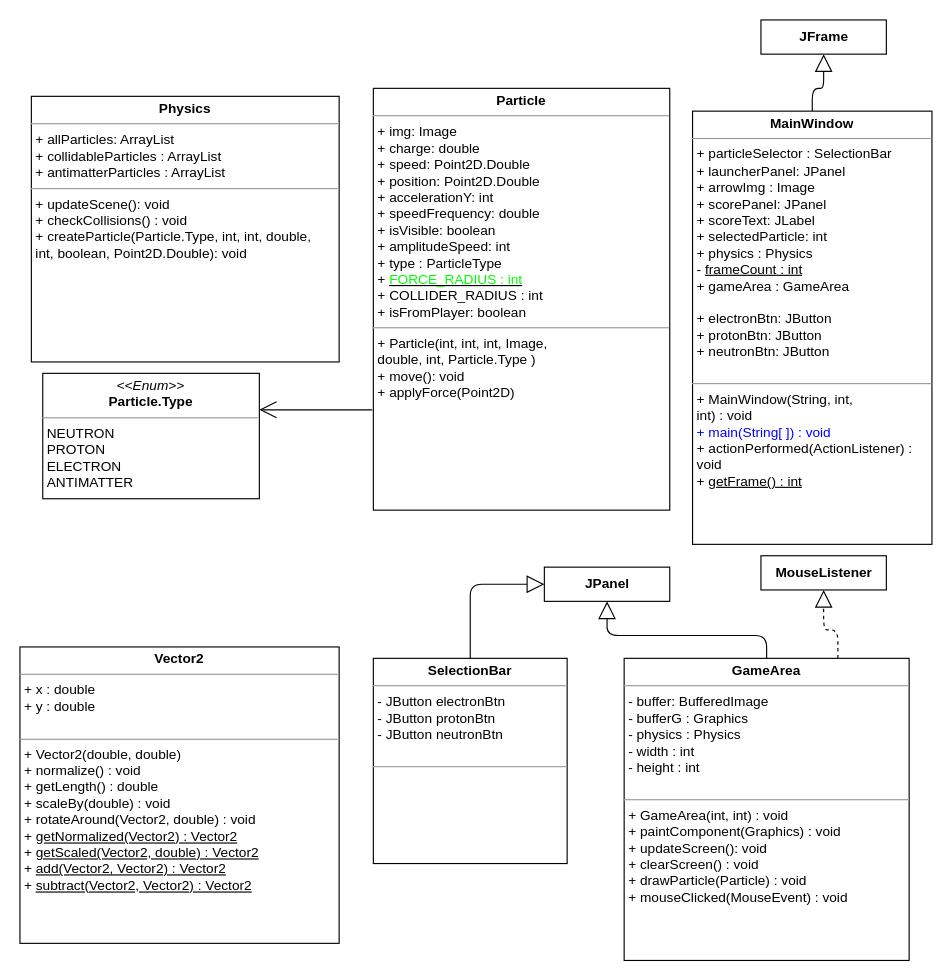
The draw.io diagram DiagrammeUML.drawio in Iman974/Algo_Proj2A, before the edit. Source tidied: cells renumbered, new cells numbered last; positions are measured from the earlier drawing's top-left corner, leaving out a move shared by most shapes. Both pictures are drawn from the tidied source at 114%, with x=0, y=0 at pixel (19, 19).
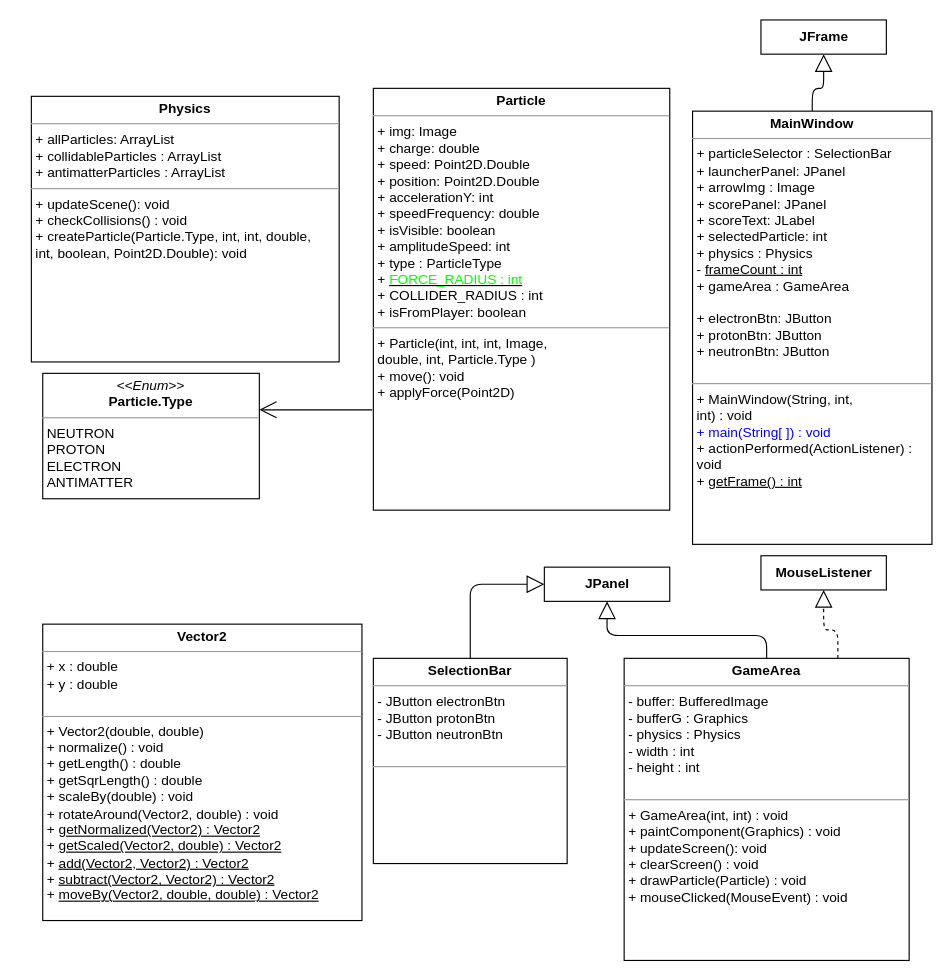
After the change.

Commit message:
UML : new Vector2D functions

Change to the diagram source:
```diff
@@
 <mxGraphModel>
   <root>
     <mxCell id="0" />
     <mxCell id="1" parent="0" />
     <mxCell id="2" value="&lt;p style=&quot;margin: 0px ; margin-top: 4px ; text-align: center&quot;&gt;&lt;b&gt;Physics&lt;/b&gt;&lt;/p&gt;&lt;hr size=&quot;1&quot;&gt;&lt;p style=&quot;margin: 0px ; margin-left: 4px&quot;&gt;+ allParticles: ArrayList&lt;br&gt;&lt;/p&gt;&lt;p style=&quot;margin: 0px ; margin-left: 4px&quot;&gt;+ collidableParticles : ArrayList&lt;/p&gt;&lt;p style=&quot;margin: 0px ; margin-left: 4px&quot;&gt;+ antimatterParticles : ArrayList&lt;/p&gt;&lt;hr size=&quot;1&quot;&gt;&lt;p style=&quot;margin: 0px ; margin-left: 4px&quot;&gt;+ updateScene(): void&lt;br&gt;+ checkCollisions() : void&lt;/p&gt;&lt;p style=&quot;margin: 0px ; margin-left: 4px&quot;&gt;&lt;span&gt;+ createParticle(Particle.Type, int, int, double,&lt;/span&gt;&lt;/p&gt;&lt;p style=&quot;margin: 0px ; margin-left: 4px&quot;&gt;&lt;span&gt;int, boolean, Point2D.Double): void&lt;/span&gt;&lt;/p&gt;" style="verticalAlign=top;align=left;overflow=fill;fontSize=12;fontFamily=Helvetica;html=1;rounded=0;shadow=0;comic=0;labelBackgroundColor=none;strokeWidth=1;" parent="1" vertex="1">
       <mxGeometry x="10" y="67" width="270" height="233" as="geometry" />
     </mxCell>
     <mxCell id="3" value="&lt;p style=&quot;margin: 4px 0px 0px ; text-align: center ; line-height: 1.2&quot;&gt;&lt;b style=&quot;line-height: 1.2&quot;&gt;Particle&lt;/b&gt;&lt;/p&gt;&lt;hr size=&quot;1&quot;&gt;&lt;p style=&quot;margin: 0px ; margin-left: 4px&quot;&gt;+ img: Image&lt;br&gt;&lt;/p&gt;&lt;p style=&quot;margin: 0px ; margin-left: 4px&quot;&gt;+ charge: double&lt;/p&gt;&lt;p style=&quot;margin: 0px ; margin-left: 4px&quot;&gt;+ speed: Point2D.Double&lt;/p&gt;&lt;p style=&quot;margin: 0px ; margin-left: 4px&quot;&gt;+ position: Point2D.Double&lt;/p&gt;&lt;p style=&quot;margin: 0px ; margin-left: 4px&quot;&gt;+ accelerationY: int&lt;/p&gt;&lt;p style=&quot;margin: 0px ; margin-left: 4px&quot;&gt;+ speedFrequency: double&lt;/p&gt;&lt;p style=&quot;margin: 0px ; margin-left: 4px&quot;&gt;+ isVisible: boolean&lt;/p&gt;&lt;p style=&quot;margin: 0px ; margin-left: 4px&quot;&gt;+ amplitudeSpeed: int&lt;/p&gt;&lt;p style=&quot;margin: 0px ; margin-left: 4px&quot;&gt;+ type : ParticleType&lt;/p&gt;&lt;p style=&quot;margin: 0px ; margin-left: 4px&quot;&gt;+ &lt;u&gt;&lt;font color=&quot;#00ff00&quot;&gt;FORCE_RADIUS : int&lt;/font&gt;&lt;/u&gt;&lt;/p&gt;&lt;p style=&quot;margin: 0px ; margin-left: 4px&quot;&gt;+ COLLIDER_RADIUS : int&lt;/p&gt;&lt;p style=&quot;margin: 0px ; margin-left: 4px&quot;&gt;+ isFromPlayer: boolean&lt;/p&gt;&lt;hr size=&quot;1&quot;&gt;&lt;p style=&quot;margin: 0px ; margin-left: 4px&quot;&gt;+ Particle(int, int, int, Image,&lt;/p&gt;&lt;p style=&quot;margin: 0px ; margin-left: 4px&quot;&gt;&lt;span&gt;double, int, Particle.Type )&lt;/span&gt;&lt;/p&gt;&lt;p style=&quot;margin: 0px ; margin-left: 4px&quot;&gt;+ move(): void&lt;/p&gt;&lt;p style=&quot;margin: 0px ; margin-left: 4px&quot;&gt;+ applyForce(Point2D)&lt;/p&gt;" style="verticalAlign=top;align=left;overflow=fill;fontSize=12;fontFamily=Helvetica;html=1;rounded=0;shadow=0;comic=0;labelBackgroundColor=none;strokeWidth=1;" parent="1" vertex="1">
       <mxGeometry x="310" y="60" width="260" height="370" as="geometry" />
     </mxCell>
     <mxCell id="4" style="edgeStyle=orthogonalEdgeStyle;rounded=1;jettySize=auto;html=1;exitX=0.5;exitY=0;exitDx=0;exitDy=0;entryX=0.5;entryY=1;entryDx=0;entryDy=0;endArrow=block;endFill=0;strokeWidth=1;endSize=13;" parent="1" edge="1" source="5" target="10">
       <mxGeometry relative="1" as="geometry" />
     </mxCell>
     <mxCell id="5" value="&lt;p style=&quot;margin: 0px ; margin-top: 4px ; text-align: center&quot;&gt;&lt;b&gt;MainWindow&lt;/b&gt;&lt;/p&gt;&lt;hr size=&quot;1&quot;&gt;&lt;p style=&quot;margin: 0px ; margin-left: 4px&quot;&gt;+ particleSelector : SelectionBar&lt;/p&gt;&lt;p style=&quot;margin: 0px ; margin-left: 4px&quot;&gt;+ launcherPanel: JPanel&lt;/p&gt;&lt;p style=&quot;margin: 0px ; margin-left: 4px&quot;&gt;+ arrowImg : Image&lt;/p&gt;&lt;p style=&quot;margin: 0px ; margin-left: 4px&quot;&gt;+ scorePanel: JPanel&lt;/p&gt;&lt;p style=&quot;margin: 0px ; margin-left: 4px&quot;&gt;+ scoreText: JLabel&lt;/p&gt;&lt;p style=&quot;margin: 0px ; margin-left: 4px&quot;&gt;+ selectedParticle: int&lt;/p&gt;&lt;p style=&quot;margin: 0px ; margin-left: 4px&quot;&gt;+ physics : Physics&lt;/p&gt;&lt;p style=&quot;margin: 0px ; margin-left: 4px&quot;&gt;- &lt;u&gt;frameCount : int&lt;/u&gt;&lt;/p&gt;&lt;p style=&quot;margin: 0px ; margin-left: 4px&quot;&gt;+ gameArea : GameArea&lt;/p&gt;&lt;p style=&quot;margin: 0px ; margin-left: 4px&quot;&gt;&lt;br&gt;&lt;/p&gt;&lt;p style=&quot;margin: 0px 0px 0px 4px&quot;&gt;+ electronBtn: JButton&lt;/p&gt;&lt;p style=&quot;margin: 0px 0px 0px 4px&quot;&gt;+ protonBtn: JButton&lt;/p&gt;&lt;p style=&quot;margin: 0px 0px 0px 4px&quot;&gt;+ neutronBtn: JButton&lt;/p&gt;&lt;p style=&quot;margin: 0px ; margin-left: 4px&quot;&gt;&lt;br&gt;&lt;/p&gt;&lt;hr size=&quot;1&quot;&gt;&lt;p style=&quot;margin: 0px ; margin-left: 4px&quot;&gt;+ MainWindow(String, int,&lt;/p&gt;&lt;p style=&quot;margin: 0px ; margin-left: 4px&quot;&gt;int) : void&lt;/p&gt;&lt;p style=&quot;margin: 0px ; margin-left: 4px&quot;&gt;&lt;font color=&quot;#0000ff&quot;&gt;+ main(String[ ]) : void&lt;/font&gt;&lt;/p&gt;&lt;p style=&quot;margin: 0px ; margin-left: 4px&quot;&gt;+ actionPerformed(ActionListener) :&lt;br&gt;void&lt;/p&gt;&lt;p style=&quot;margin: 0px ; margin-left: 4px&quot;&gt;+ &lt;u&gt;getFrame() : int&lt;/u&gt;&lt;/p&gt;" style="verticalAlign=top;align=left;overflow=fill;fontSize=12;fontFamily=Helvetica;html=1;rounded=0;shadow=0;comic=0;labelBackgroundColor=none;strokeWidth=1;labelBorderColor=none;perimeterSpacing=0;glass=0;sketch=0;" parent="1" vertex="1">
       <mxGeometry x="590" y="80" width="210" height="380" as="geometry" />
     </mxCell>
     <mxCell id="6" value="&lt;p style=&quot;margin: 0px ; margin-top: 4px ; text-align: center&quot;&gt;&lt;i&gt;&amp;lt;&amp;lt;Enum&amp;gt;&amp;gt;&lt;/i&gt;&lt;br&gt;&lt;b&gt;Particle.Type&lt;/b&gt;&lt;/p&gt;&lt;hr size=&quot;1&quot;&gt;&lt;p style=&quot;margin: 0px ; margin-left: 4px&quot;&gt;NEUTRON&lt;/p&gt;&lt;p style=&quot;margin: 0px ; margin-left: 4px&quot;&gt;PROTON&lt;br&gt;ELECTRON&lt;/p&gt;&lt;p style=&quot;margin: 0px ; margin-left: 4px&quot;&gt;ANTIMATTER&lt;/p&gt;" style="verticalAlign=top;align=left;overflow=fill;fontSize=12;fontFamily=Helvetica;html=1;fillColor=#FFFFFF;noLabel=0;enumerate=0;" parent="1" vertex="1">
       <mxGeometry x="20" y="310" width="190" height="110" as="geometry" />
     </mxCell>
     <mxCell id="7" style="edgeStyle=orthogonalEdgeStyle;rounded=1;jettySize=auto;html=1;endSize=0;endArrow=none;endFill=0;startArrow=open;startFill=0;targetPerimeterSpacing=0;startSize=13;orthogonal=1;" parent="1" edge="1" source="6">
       <mxGeometry relative="1" as="geometry">
         <mxPoint x="309" y="342" as="targetPoint" />
         <Array as="points">
           <mxPoint x="309" y="342" />
         </Array>
       </mxGeometry>
     </mxCell>
     <mxCell id="8" style="edgeStyle=orthogonalEdgeStyle;rounded=1;jettySize=auto;html=1;exitX=0.75;exitY=0;exitDx=0;exitDy=0;entryX=0.5;entryY=1;entryDx=0;entryDy=0;endArrow=block;endFill=0;endSize=13;strokeWidth=1;dashed=1;" parent="1" edge="1" source="13" target="11">
       <mxGeometry relative="1" as="geometry" />
     </mxCell>
     <mxCell id="9" style="edgeStyle=orthogonalEdgeStyle;rounded=1;jettySize=auto;html=1;exitX=0.5;exitY=0;exitDx=0;exitDy=0;endArrow=block;endFill=0;endSize=13;strokeWidth=1;" parent="1" edge="1" source="13" target="12">
       <mxGeometry relative="1" as="geometry" />
     </mxCell>
     <mxCell id="10" value="&lt;b&gt;JFrame&lt;/b&gt;" style="html=1;" parent="1" vertex="1">
       <mxGeometry x="650" width="110" height="30" as="geometry" />
     </mxCell>
     <mxCell id="11" value="&lt;b&gt;MouseListener&lt;/b&gt;" style="html=1;" parent="1" vertex="1">
       <mxGeometry x="650" y="470" width="110" height="30" as="geometry" />
     </mxCell>
     <mxCell id="12" value="&lt;b&gt;JPanel&lt;br&gt;&lt;/b&gt;" style="html=1;" parent="1" vertex="1">
       <mxGeometry x="460" y="480" width="110" height="30" as="geometry" />
     </mxCell>
     <mxCell id="13" value="&lt;p style=&quot;margin: 0px ; margin-top: 4px ; text-align: center&quot;&gt;&lt;span style=&quot;font-weight: 700&quot;&gt;GameArea&lt;/span&gt;&lt;br&gt;&lt;/p&gt;&lt;hr size=&quot;1&quot;&gt;&lt;p style=&quot;margin: 0px ; margin-left: 4px&quot;&gt;- buffer: BufferedImage&lt;br style=&quot;padding: 0px ; margin: 0px&quot;&gt;- bufferG : Graphics&lt;br style=&quot;padding: 0px ; margin: 0px&quot;&gt;- physics : Physics&lt;br style=&quot;padding: 0px ; margin: 0px&quot;&gt;- width : int&lt;br style=&quot;padding: 0px ; margin: 0px&quot;&gt;- height : int&lt;/p&gt;&lt;div style=&quot;padding: 0px ; margin: 0px&quot;&gt;&lt;br style=&quot;padding: 0px ; margin: 0px&quot;&gt;&lt;/div&gt;&lt;hr size=&quot;1&quot;&gt;&lt;p style=&quot;margin: 0px ; margin-left: 4px&quot;&gt;+ GameArea(int, int) : void&lt;br style=&quot;padding: 0px ; margin: 0px&quot;&gt;+ paintComponent(Graphics) : void&lt;br style=&quot;padding: 0px ; margin: 0px&quot;&gt;+ updateScreen(): void&lt;br style=&quot;padding: 0px ; margin: 0px&quot;&gt;+ clearScreen() : void&lt;br style=&quot;padding: 0px ; margin: 0px&quot;&gt;+ drawParticle(Particle) : void&lt;br style=&quot;padding: 0px ; margin: 0px&quot;&gt;+ mouseClicked(MouseEvent) : void&lt;br&gt;&lt;/p&gt;" style="verticalAlign=top;align=left;overflow=fill;fontSize=12;fontFamily=Helvetica;html=1;rounded=0;shadow=0;comic=0;labelBackgroundColor=none;strokeWidth=1;" parent="1" vertex="1">
       <mxGeometry x="530" y="560" width="250" height="265" as="geometry" />
     </mxCell>
     <mxCell id="14" value="&lt;p style=&quot;margin: 0px ; margin-top: 4px ; text-align: center&quot;&gt;&lt;span style=&quot;font-weight: 700&quot;&gt;SelectionBar&lt;/span&gt;&lt;br&gt;&lt;/p&gt;&lt;hr size=&quot;1&quot;&gt;&lt;p style=&quot;margin: 0px ; margin-left: 4px&quot;&gt;- JButton electronBtn&lt;/p&gt;&lt;p style=&quot;margin: 0px ; margin-left: 4px&quot;&gt;- JButton protonBtn&lt;/p&gt;&lt;p style=&quot;margin: 0px ; margin-left: 4px&quot;&gt;- JButton neutronBtn&lt;/p&gt;&lt;div style=&quot;padding: 0px ; margin: 0px&quot;&gt;&lt;br style=&quot;padding: 0px ; margin: 0px&quot;&gt;&lt;/div&gt;&lt;hr size=&quot;1&quot;&gt;&lt;p style=&quot;margin: 0px ; margin-left: 4px&quot;&gt;&lt;br&gt;&lt;/p&gt;" style="verticalAlign=top;align=left;overflow=fill;fontSize=12;fontFamily=Helvetica;html=1;rounded=0;shadow=0;comic=0;labelBackgroundColor=none;strokeWidth=1;" parent="1" vertex="1">
       <mxGeometry x="310" y="560" width="170" height="180" as="geometry" />
     </mxCell>
     <mxCell id="15" style="edgeStyle=orthogonalEdgeStyle;rounded=1;jettySize=auto;html=1;exitX=0.5;exitY=0;exitDx=0;exitDy=0;endArrow=block;endFill=0;endSize=13;strokeWidth=1;entryX=0;entryY=0.5;entryDx=0;entryDy=0;" parent="1" edge="1" source="14" target="12">
       <mxGeometry relative="1" as="geometry" />
     </mxCell>
-    <mxCell id="16" value="&lt;p style=&quot;margin: 0px ; margin-top: 4px ; text-align: center&quot;&gt;&lt;span style=&quot;font-weight: 700&quot;&gt;Vector2&lt;/span&gt;&lt;br&gt;&lt;/p&gt;&lt;hr size=&quot;1&quot;&gt;&lt;p style=&quot;margin: 0px ; margin-left: 4px&quot;&gt;+ x : double&lt;/p&gt;&lt;p style=&quot;margin: 0px ; margin-left: 4px&quot;&gt;+ y : double&lt;/p&gt;&lt;div style=&quot;padding: 0px ; margin: 0px&quot;&gt;&lt;br style=&quot;padding: 0px ; margin: 0px&quot;&gt;&lt;/div&gt;&lt;hr size=&quot;1&quot;&gt;&lt;p style=&quot;margin: 0px ; margin-left: 4px&quot;&gt;+ Vector2(double, double)&lt;/p&gt;&lt;p style=&quot;margin: 0px ; margin-left: 4px&quot;&gt;+ normalize() : void&lt;/p&gt;&lt;p style=&quot;margin: 0px ; margin-left: 4px&quot;&gt;+ getLength() : double&lt;/p&gt;&lt;p style=&quot;margin: 0px ; margin-left: 4px&quot;&gt;+ scaleBy(double) : void&lt;/p&gt;&lt;p style=&quot;margin: 0px ; margin-left: 4px&quot;&gt;+ rotateAround(Vector2, double) : void&lt;/p&gt;&lt;p style=&quot;margin: 0px ; margin-left: 4px&quot;&gt;+ &lt;u&gt;getNormalized(Vector2) : Vector2&lt;/u&gt;&lt;/p&gt;&lt;p style=&quot;margin: 0px ; margin-left: 4px&quot;&gt;+ &lt;u&gt;getScaled(Vector2, double) : Vector2&lt;/u&gt;&lt;/p&gt;&lt;p style=&quot;margin: 0px ; margin-left: 4px&quot;&gt;+&amp;nbsp;&lt;u&gt;add(Vector2, Vector2) : Vector2&lt;/u&gt;&lt;u&gt;&lt;br&gt;&lt;/u&gt;&lt;/p&gt;&lt;p style=&quot;margin: 0px ; margin-left: 4px&quot;&gt;+&amp;nbsp;&lt;u&gt;subtract(Vector2, Vector2) : Vector2&lt;/u&gt;&lt;u&gt;&lt;br&gt;&lt;/u&gt;&lt;/p&gt;" style="verticalAlign=top;align=left;overflow=fill;fontSize=12;fontFamily=Helvetica;html=1;rounded=0;shadow=0;comic=0;labelBackgroundColor=none;strokeWidth=1;" parent="1" vertex="1">
-      <mxGeometry y="550" width="280" height="260" as="geometry" />
+    <mxCell id="16" value="&lt;p style=&quot;margin: 0px ; margin-top: 4px ; text-align: center&quot;&gt;&lt;span style=&quot;font-weight: 700&quot;&gt;Vector2&lt;/span&gt;&lt;br&gt;&lt;/p&gt;&lt;hr size=&quot;1&quot;&gt;&lt;p style=&quot;margin: 0px ; margin-left: 4px&quot;&gt;+ x : double&lt;/p&gt;&lt;p style=&quot;margin: 0px ; margin-left: 4px&quot;&gt;+ y : double&lt;/p&gt;&lt;div style=&quot;padding: 0px ; margin: 0px&quot;&gt;&lt;br style=&quot;padding: 0px ; margin: 0px&quot;&gt;&lt;/div&gt;&lt;hr size=&quot;1&quot;&gt;&lt;p style=&quot;margin: 0px ; margin-left: 4px&quot;&gt;+ Vector2(double, double)&lt;/p&gt;&lt;p style=&quot;margin: 0px ; margin-left: 4px&quot;&gt;+ normalize() : void&lt;/p&gt;&lt;p style=&quot;margin: 0px ; margin-left: 4px&quot;&gt;+ getLength() : double&lt;/p&gt;&lt;p style=&quot;margin: 0px ; margin-left: 4px&quot;&gt;+ getSqrLength() : double&lt;/p&gt;&lt;p style=&quot;margin: 0px ; margin-left: 4px&quot;&gt;+ scaleBy(double) : void&lt;/p&gt;&lt;p style=&quot;margin: 0px ; margin-left: 4px&quot;&gt;+ rotateAround(Vector2, double) : void&lt;/p&gt;&lt;p style=&quot;margin: 0px ; margin-left: 4px&quot;&gt;+ &lt;u&gt;getNormalized(Vector2) : Vector2&lt;/u&gt;&lt;/p&gt;&lt;p style=&quot;margin: 0px ; margin-left: 4px&quot;&gt;+ &lt;u&gt;getScaled(Vector2, double) : Vector2&lt;/u&gt;&lt;/p&gt;&lt;p style=&quot;margin: 0px ; margin-left: 4px&quot;&gt;+&amp;nbsp;&lt;u&gt;add(Vector2, Vector2) : Vector2&lt;/u&gt;&lt;u&gt;&lt;br&gt;&lt;/u&gt;&lt;/p&gt;&lt;p style=&quot;margin: 0px ; margin-left: 4px&quot;&gt;+&amp;nbsp;&lt;u&gt;subtract(Vector2, Vector2) : Vector2&lt;/u&gt;&lt;u&gt;&lt;br&gt;&lt;/u&gt;&lt;/p&gt;&lt;p style=&quot;margin: 0px ; margin-left: 4px&quot;&gt;+&amp;nbsp;&lt;u&gt;moveBy(Vector2, double, double) : Vector2&lt;/u&gt;&lt;br&gt;&lt;/p&gt;" style="verticalAlign=top;align=left;overflow=fill;fontSize=12;fontFamily=Helvetica;html=1;rounded=0;shadow=0;comic=0;labelBackgroundColor=none;strokeWidth=1;" parent="1" vertex="1">
+      <mxGeometry x="20" y="530" width="280" height="260" as="geometry" />
     </mxCell>
   </root>
 </mxGraphModel>
```
